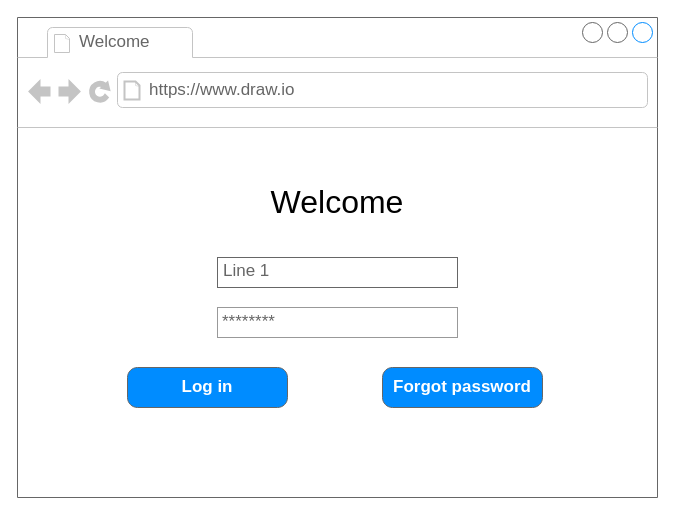
Before: page "Login" (1 of 3) of Untitled Diagram.drawio in obamaspy/Random-stuff, a draw.io diagram. Source tidied: cells renumbered, new cells numbered last; positions are measured from the earlier drawing's top-left corner, leaving out a move shared by most shapes. Both pictures are drawn from the tidied source at 100%, with x=0, y=0 at pixel (17, 17).
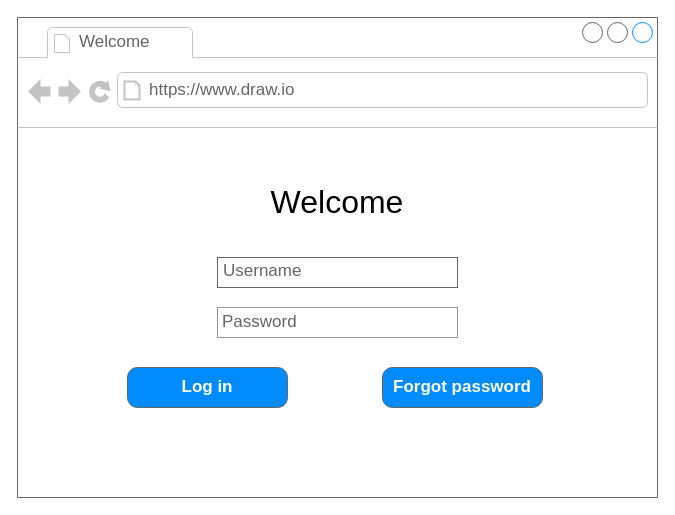
The same page after the edit.

Diff of the diagram source:
```diff
@@
 <mxGraphModel>
   <root>
     <mxCell id="0" />
     <mxCell id="1" parent="0" />
     <mxCell id="2" style="strokeWidth=1;shadow=0;dashed=0;align=center;html=1;shape=mxgraph.mockup.containers.browserWindow;rSize=0;strokeColor=#666666;strokeColor2=#008cff;strokeColor3=#c4c4c4;mainText=,;" parent="1" vertex="1">
       <mxGeometry width="640" height="480" as="geometry" />
     </mxCell>
     <mxCell id="3" value="Welcome" style="strokeWidth=1;shadow=0;dashed=0;align=center;html=1;shape=mxgraph.mockup.containers.anchor;fontSize=17;fontColor=#666666;align=left;whiteSpace=wrap;" parent="2" vertex="1">
       <mxGeometry x="60" y="12" width="110" height="26" as="geometry" />
     </mxCell>
     <mxCell id="4" value="https://www.draw.io" style="strokeWidth=1;shadow=0;dashed=0;align=center;html=1;shape=mxgraph.mockup.containers.anchor;rSize=0;fontSize=17;fontColor=#666666;align=left;" parent="2" vertex="1">
       <mxGeometry x="130" y="60" width="250" height="26" as="geometry" />
     </mxCell>
-    <mxCell id="5" value="Line 1" style="strokeWidth=1;shadow=0;dashed=0;align=center;html=1;shape=mxgraph.mockup.text.textBox;fontColor=#666666;align=left;fontSize=17;spacingLeft=4;spacingTop=-3;whiteSpace=wrap;strokeColor=#666666;mainText=;" parent="2" vertex="1">
+    <mxCell id="5" value="Username" style="strokeWidth=1;shadow=0;dashed=0;align=center;html=1;shape=mxgraph.mockup.text.textBox;fontColor=#666666;align=left;fontSize=17;spacingLeft=4;spacingTop=-3;whiteSpace=wrap;strokeColor=#666666;mainText=;" parent="2" vertex="1">
       <mxGeometry x="200" y="240" width="240" height="30" as="geometry" />
     </mxCell>
-    <mxCell id="6" value="********" style="strokeWidth=1;shadow=0;dashed=0;align=center;html=1;shape=mxgraph.mockup.forms.pwField;strokeColor=#999999;mainText=;align=left;fontColor=#666666;fontSize=17;spacingLeft=3;" parent="2" vertex="1">
+    <mxCell id="6" value="Password" style="strokeWidth=1;shadow=0;dashed=0;align=center;html=1;shape=mxgraph.mockup.forms.pwField;strokeColor=#999999;mainText=;align=left;fontColor=#666666;fontSize=17;spacingLeft=3;" parent="2" vertex="1">
       <mxGeometry x="200" y="290" width="240" height="30" as="geometry" />
     </mxCell>
     <mxCell id="7" value="Welcome" style="text;html=1;align=center;verticalAlign=middle;whiteSpace=wrap;rounded=0;fontSize=32;" parent="2" vertex="1">
       <mxGeometry x="240" y="170" width="160" height="30" as="geometry" />
     </mxCell>
     <mxCell id="8" value="Log in" style="strokeWidth=1;shadow=0;dashed=0;align=center;html=1;shape=mxgraph.mockup.buttons.button;strokeColor=#666666;fontColor=#ffffff;mainText=;buttonStyle=round;fontSize=17;fontStyle=1;fillColor=#008cff;whiteSpace=wrap;" parent="2" vertex="1">
       <mxGeometry x="110" y="350" width="160" height="40" as="geometry" />
     </mxCell>
     <mxCell id="9" value="Forgot password" style="strokeWidth=1;shadow=0;dashed=0;align=center;html=1;shape=mxgraph.mockup.buttons.button;strokeColor=#666666;fontColor=#ffffff;mainText=;buttonStyle=round;fontSize=17;fontStyle=1;fillColor=#008cff;whiteSpace=wrap;" parent="2" vertex="1">
       <mxGeometry x="365" y="350" width="160" height="40" as="geometry" />
     </mxCell>
   </root>
 </mxGraphModel>
```
